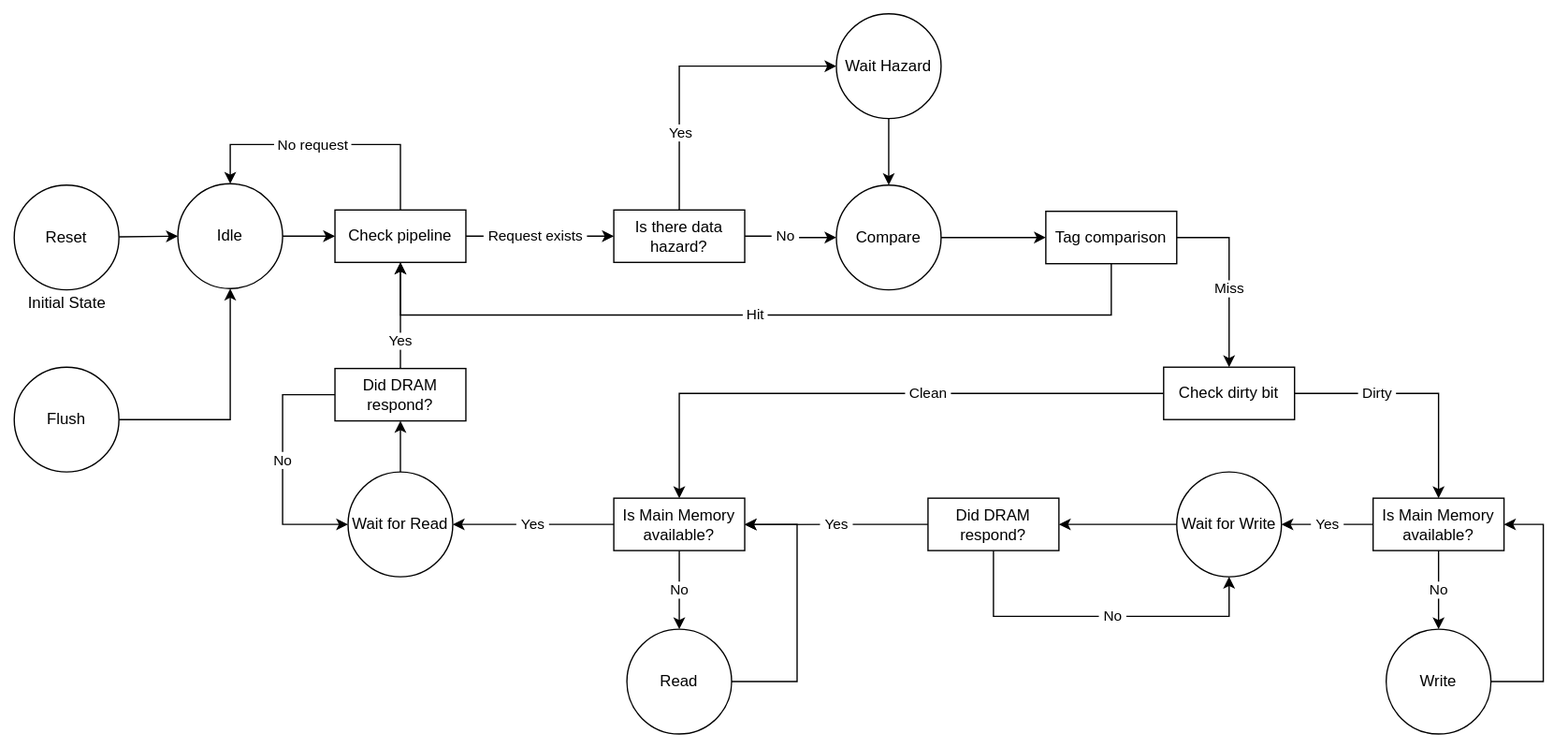
This is docs/images/state_diagram.svg from VLSIDA/OpenCache, a draw.io export, as it was before one commit. Source tidied: cells renumbered, new cells last; positions are measured from the earlier drawing's top-left corner, leaving out a move shared by most shapes. Its diagram source:
```xml
<mxGraphModel>
  <root>
    <mxCell id="0" />
    <mxCell id="1" parent="0" />
    <mxCell id="2" style="edgeStyle=none;rounded=0;jettySize=auto;html=1;entryX=0;entryY=0.5;entryDx=0;entryDy=0;" parent="1" edge="1" source="3" target="6">
      <mxGeometry relative="1" as="geometry" />
    </mxCell>
    <mxCell id="3" value="Reset" style="ellipse;whiteSpace=wrap;html=1;strokeWidth=1;" parent="1" vertex="1">
      <mxGeometry y="130.8" width="80" height="80" as="geometry" />
    </mxCell>
    <mxCell id="4" value="&amp;nbsp;Request exists&amp;nbsp;" style="edgeStyle=orthogonalEdgeStyle;rounded=0;jettySize=auto;html=1;entryX=0;entryY=0.5;entryDx=0;entryDy=0;" parent="1" edge="1" source="10" target="45">
      <mxGeometry x="-0.06" relative="1" as="geometry" />
    </mxCell>
    <mxCell id="5" style="edgeStyle=orthogonalEdgeStyle;rounded=0;jettySize=auto;html=1;entryX=0;entryY=0.5;entryDx=0;entryDy=0;targetPerimeterSpacing=0;" parent="1" edge="1" source="6" target="10">
      <mxGeometry relative="1" as="geometry" />
    </mxCell>
    <mxCell id="6" value="Idle" style="ellipse;whiteSpace=wrap;html=1;strokeWidth=1;" parent="1" vertex="1">
      <mxGeometry x="125" y="129.8" width="80" height="80" as="geometry" />
    </mxCell>
    <mxCell id="7" style="edgeStyle=orthogonalEdgeStyle;rounded=0;jettySize=auto;html=1;entryX=0;entryY=0.5;entryDx=0;entryDy=0;targetPerimeterSpacing=0;" parent="1" edge="1" source="46" target="13">
      <mxGeometry relative="1" as="geometry" />
    </mxCell>
    <mxCell id="8" value="Initial State" style="text;html=1;align=center;verticalAlign=middle;strokeColor=none;" parent="1" vertex="1">
      <mxGeometry x="5" y="210.8" width="70" height="20" as="geometry" />
    </mxCell>
    <mxCell id="9" value="&amp;nbsp;No request&amp;nbsp;" style="edgeStyle=orthogonalEdgeStyle;rounded=0;jettySize=auto;html=1;exitX=0.5;exitY=0;exitDx=0;exitDy=0;entryX=0.5;entryY=0;entryDx=0;entryDy=0;" parent="1" edge="1" source="10" target="6">
      <mxGeometry x="0.11" relative="1" as="geometry">
        <Array as="points">
          <mxPoint x="295" y="99.8" />
          <mxPoint x="165" y="99.8" />
        </Array>
      </mxGeometry>
    </mxCell>
    <mxCell id="10" value="Check pipeline" style="rounded=0;whiteSpace=wrap;html=1;" parent="1" vertex="1">
      <mxGeometry x="245" y="149.8" width="100" height="40" as="geometry" />
    </mxCell>
    <mxCell id="11" value="&amp;nbsp;Hit&amp;nbsp;" style="edgeStyle=orthogonalEdgeStyle;rounded=0;jettySize=auto;html=1;targetPerimeterSpacing=0;entryX=0.5;entryY=1;entryDx=0;entryDy=0;" parent="1" edge="1" source="13" target="10">
      <mxGeometry relative="1" as="geometry">
        <Array as="points">
          <mxPoint x="838" y="230" />
          <mxPoint x="295" y="230" />
        </Array>
      </mxGeometry>
    </mxCell>
    <mxCell id="12" value="&amp;nbsp;Miss&amp;nbsp;" style="edgeStyle=orthogonalEdgeStyle;rounded=0;jettySize=auto;html=1;entryX=0.5;entryY=0;entryDx=0;entryDy=0;targetPerimeterSpacing=0;exitX=1;exitY=0.5;exitDx=0;exitDy=0;" parent="1" edge="1" source="13" target="16">
      <mxGeometry x="0.14" relative="1" as="geometry">
        <Array as="points">
          <mxPoint x="928" y="171" />
        </Array>
      </mxGeometry>
    </mxCell>
    <mxCell id="13" value="Tag comparison" style="rounded=0;whiteSpace=wrap;html=1;" parent="1" vertex="1">
      <mxGeometry x="788" y="150.8" width="100" height="40" as="geometry" />
    </mxCell>
    <mxCell id="14" value="&amp;nbsp;Clean&amp;nbsp;" style="edgeStyle=orthogonalEdgeStyle;rounded=0;jettySize=auto;html=1;entryX=0.5;entryY=0;entryDx=0;entryDy=0;targetPerimeterSpacing=0;exitX=0;exitY=0.5;exitDx=0;exitDy=0;" parent="1" edge="1" source="16" target="28">
      <mxGeometry x="-0.2" relative="1" as="geometry">
        <Array as="points">
          <mxPoint x="508" y="290" />
        </Array>
      </mxGeometry>
    </mxCell>
    <mxCell id="15" value="&amp;nbsp;Dirty&amp;nbsp;" style="edgeStyle=orthogonalEdgeStyle;rounded=0;jettySize=auto;html=1;entryX=0.5;entryY=0;entryDx=0;entryDy=0;targetPerimeterSpacing=0;" parent="1" edge="1" source="16" target="25">
      <mxGeometry x="-0.33" relative="1" as="geometry">
        <Array as="points">
          <mxPoint x="1088" y="290" />
        </Array>
      </mxGeometry>
    </mxCell>
    <mxCell id="16" value="Check dirty bit" style="rounded=0;whiteSpace=wrap;html=1;" parent="1" vertex="1">
      <mxGeometry x="878" y="269.8" width="100" height="40" as="geometry" />
    </mxCell>
    <mxCell id="17" style="edgeStyle=orthogonalEdgeStyle;rounded=0;jettySize=auto;html=1;entryX=1;entryY=0.5;entryDx=0;entryDy=0;targetPerimeterSpacing=0;" parent="1" edge="1" source="18" target="25">
      <mxGeometry relative="1" as="geometry">
        <Array as="points">
          <mxPoint x="1168" y="510" />
          <mxPoint x="1168" y="390" />
        </Array>
      </mxGeometry>
    </mxCell>
    <mxCell id="18" value="Write" style="ellipse;whiteSpace=wrap;html=1;strokeWidth=1;" parent="1" vertex="1">
      <mxGeometry x="1048" y="469.8" width="80" height="80" as="geometry" />
    </mxCell>
    <mxCell id="19" style="edgeStyle=orthogonalEdgeStyle;rounded=0;jettySize=auto;html=1;entryX=1;entryY=0.5;entryDx=0;entryDy=0;targetPerimeterSpacing=0;" parent="1" edge="1" source="20" target="36">
      <mxGeometry relative="1" as="geometry" />
    </mxCell>
    <mxCell id="20" value="Wait for Write" style="ellipse;whiteSpace=wrap;html=1;strokeWidth=1;" parent="1" vertex="1">
      <mxGeometry x="888" y="349.8" width="80" height="80" as="geometry" />
    </mxCell>
    <mxCell id="21" style="edgeStyle=orthogonalEdgeStyle;rounded=0;jettySize=auto;html=1;entryX=0.5;entryY=1;entryDx=0;entryDy=0;targetPerimeterSpacing=0;" parent="1" edge="1" source="22" target="33">
      <mxGeometry relative="1" as="geometry" />
    </mxCell>
    <mxCell id="22" value="Wait for Read" style="ellipse;whiteSpace=wrap;html=1;strokeWidth=1;" parent="1" vertex="1">
      <mxGeometry x="255" y="349.8" width="80" height="80" as="geometry" />
    </mxCell>
    <mxCell id="23" value="&amp;nbsp;Yes&amp;nbsp;" style="edgeStyle=orthogonalEdgeStyle;rounded=0;jettySize=auto;html=1;entryX=1;entryY=0.5;entryDx=0;entryDy=0;targetPerimeterSpacing=0;" parent="1" edge="1" source="25" target="20">
      <mxGeometry relative="1" as="geometry" />
    </mxCell>
    <mxCell id="24" value="&amp;nbsp;No&amp;nbsp;" style="edgeStyle=orthogonalEdgeStyle;rounded=0;jettySize=auto;html=1;entryX=0.5;entryY=0;entryDx=0;entryDy=0;targetPerimeterSpacing=0;" parent="1" edge="1" source="25" target="18">
      <mxGeometry relative="1" as="geometry" />
    </mxCell>
    <mxCell id="25" value="Is Main Memory available?" style="rounded=0;whiteSpace=wrap;html=1;" parent="1" vertex="1">
      <mxGeometry x="1038" y="369.8" width="100" height="40" as="geometry" />
    </mxCell>
    <mxCell id="26" value="&amp;nbsp;Yes&amp;nbsp;" style="edgeStyle=orthogonalEdgeStyle;rounded=0;jettySize=auto;html=1;entryX=1;entryY=0.5;entryDx=0;entryDy=0;targetPerimeterSpacing=0;" parent="1" edge="1" source="28" target="22">
      <mxGeometry relative="1" as="geometry" />
    </mxCell>
    <mxCell id="27" value="&amp;nbsp;No&amp;nbsp;" style="edgeStyle=orthogonalEdgeStyle;rounded=0;jettySize=auto;html=1;entryX=0.5;entryY=0;entryDx=0;entryDy=0;targetPerimeterSpacing=0;" parent="1" edge="1" source="28" target="30">
      <mxGeometry relative="1" as="geometry" />
    </mxCell>
    <mxCell id="28" value="Is Main Memory available?" style="rounded=0;whiteSpace=wrap;html=1;" parent="1" vertex="1">
      <mxGeometry x="458" y="369.8" width="100" height="40" as="geometry" />
    </mxCell>
    <mxCell id="29" style="edgeStyle=orthogonalEdgeStyle;rounded=0;jettySize=auto;html=1;entryX=1;entryY=0.5;entryDx=0;entryDy=0;targetPerimeterSpacing=0;" parent="1" edge="1" source="30" target="28">
      <mxGeometry relative="1" as="geometry">
        <Array as="points">
          <mxPoint x="598" y="510" />
          <mxPoint x="598" y="390" />
        </Array>
      </mxGeometry>
    </mxCell>
    <mxCell id="30" value="Read" style="ellipse;whiteSpace=wrap;html=1;strokeWidth=1;" parent="1" vertex="1">
      <mxGeometry x="468" y="469.8" width="80" height="80" as="geometry" />
    </mxCell>
    <mxCell id="31" value="&amp;nbsp;No&amp;nbsp;" style="edgeStyle=orthogonalEdgeStyle;rounded=0;jettySize=auto;html=1;entryX=0;entryY=0.5;entryDx=0;entryDy=0;targetPerimeterSpacing=0;" parent="1" edge="1" source="33" target="22">
      <mxGeometry x="-0.05" relative="1" as="geometry">
        <Array as="points">
          <mxPoint x="205" y="290.8" />
          <mxPoint x="205" y="389.8" />
        </Array>
      </mxGeometry>
    </mxCell>
    <mxCell id="32" value="&amp;nbsp;Yes&amp;nbsp;" style="edgeStyle=orthogonalEdgeStyle;rounded=0;jettySize=auto;html=1;entryX=0.5;entryY=1;entryDx=0;entryDy=0;targetPerimeterSpacing=0;" parent="1" edge="1" source="33" target="10">
      <mxGeometry x="-0.48" relative="1" as="geometry" />
    </mxCell>
    <mxCell id="33" value="Did DRAM respond?" style="rounded=0;whiteSpace=wrap;html=1;" parent="1" vertex="1">
      <mxGeometry x="245" y="270.8" width="100" height="40" as="geometry" />
    </mxCell>
    <mxCell id="34" value="&amp;nbsp;Yes&amp;nbsp;" style="edgeStyle=orthogonalEdgeStyle;rounded=0;jettySize=auto;html=1;targetPerimeterSpacing=0;" parent="1" edge="1" source="36">
      <mxGeometry relative="1" as="geometry">
        <mxPoint x="558" y="390" as="targetPoint" />
        <Array as="points">
          <mxPoint x="633" y="390" />
          <mxPoint x="633" y="390" />
        </Array>
      </mxGeometry>
    </mxCell>
    <mxCell id="35" value="&amp;nbsp;No&amp;nbsp;" style="edgeStyle=orthogonalEdgeStyle;rounded=0;jettySize=auto;html=1;entryX=0.5;entryY=1;entryDx=0;entryDy=0;targetPerimeterSpacing=0;" parent="1" edge="1" source="36" target="20">
      <mxGeometry x="0.08" relative="1" as="geometry">
        <Array as="points">
          <mxPoint x="748" y="460" />
          <mxPoint x="928" y="460" />
        </Array>
      </mxGeometry>
    </mxCell>
    <mxCell id="36" value="Did DRAM respond?" style="rounded=0;whiteSpace=wrap;html=1;" parent="1" vertex="1">
      <mxGeometry x="698" y="369.8" width="100" height="40" as="geometry" />
    </mxCell>
    <mxCell id="37" style="edgeStyle=orthogonalEdgeStyle;rounded=0;jettySize=auto;html=1;entryX=0.5;entryY=1;entryDx=0;entryDy=0;" parent="1" edge="1" source="38" target="6">
      <mxGeometry relative="1" as="geometry" />
    </mxCell>
    <mxCell id="38" value="Flush" style="ellipse;whiteSpace=wrap;html=1;strokeWidth=1;" parent="1" vertex="1">
      <mxGeometry y="269.8" width="80" height="80" as="geometry" />
    </mxCell>
    <mxCell id="39" style="edgeStyle=orthogonalEdgeStyle;rounded=0;jettySize=auto;html=1;entryX=0.5;entryY=0;entryDx=0;entryDy=0;" parent="1" edge="1" source="40" target="46">
      <mxGeometry relative="1" as="geometry" />
    </mxCell>
    <mxCell id="40" value="Wait Hazard" style="ellipse;whiteSpace=wrap;html=1;strokeWidth=1;" parent="1" vertex="1">
      <mxGeometry x="628" width="80" height="80" as="geometry" />
    </mxCell>
    <mxCell id="41" style="edgeStyle=orthogonalEdgeStyle;rounded=0;jettySize=auto;html=1;entryX=0;entryY=0.5;entryDx=0;entryDy=0;" parent="1" edge="1" source="45" target="40">
      <mxGeometry relative="1" as="geometry">
        <Array as="points">
          <mxPoint x="508" y="40" />
        </Array>
      </mxGeometry>
    </mxCell>
    <mxCell id="42" value="&amp;nbsp;Yes&amp;nbsp;" style="edgeLabel;html=1;align=center;verticalAlign=middle;" parent="41" vertex="1">
      <mxGeometry x="0.01" y="2" relative="1" as="geometry">
        <mxPoint x="-7" y="52" as="offset" />
      </mxGeometry>
    </mxCell>
    <mxCell id="43" style="edgeStyle=orthogonalEdgeStyle;rounded=0;jettySize=auto;html=1;entryX=0;entryY=0.5;entryDx=0;entryDy=0;" parent="1" edge="1" source="45" target="46">
      <mxGeometry relative="1" as="geometry" />
    </mxCell>
    <mxCell id="44" value="&amp;nbsp;No&amp;nbsp;" style="edgeLabel;html=1;align=center;verticalAlign=middle;" parent="43" vertex="1">
      <mxGeometry x="-0.24" y="1" relative="1" as="geometry">
        <mxPoint x="3" y="1" as="offset" />
      </mxGeometry>
    </mxCell>
    <mxCell id="45" value="Is there data hazard?" style="rounded=0;whiteSpace=wrap;html=1;" parent="1" vertex="1">
      <mxGeometry x="458" y="149.8" width="100" height="40" as="geometry" />
    </mxCell>
    <mxCell id="46" value="Compare" style="ellipse;whiteSpace=wrap;html=1;strokeWidth=1;" parent="1" vertex="1">
      <mxGeometry x="628" y="130.8" width="80" height="80" as="geometry" />
    </mxCell>
  </root>
</mxGraphModel>
```
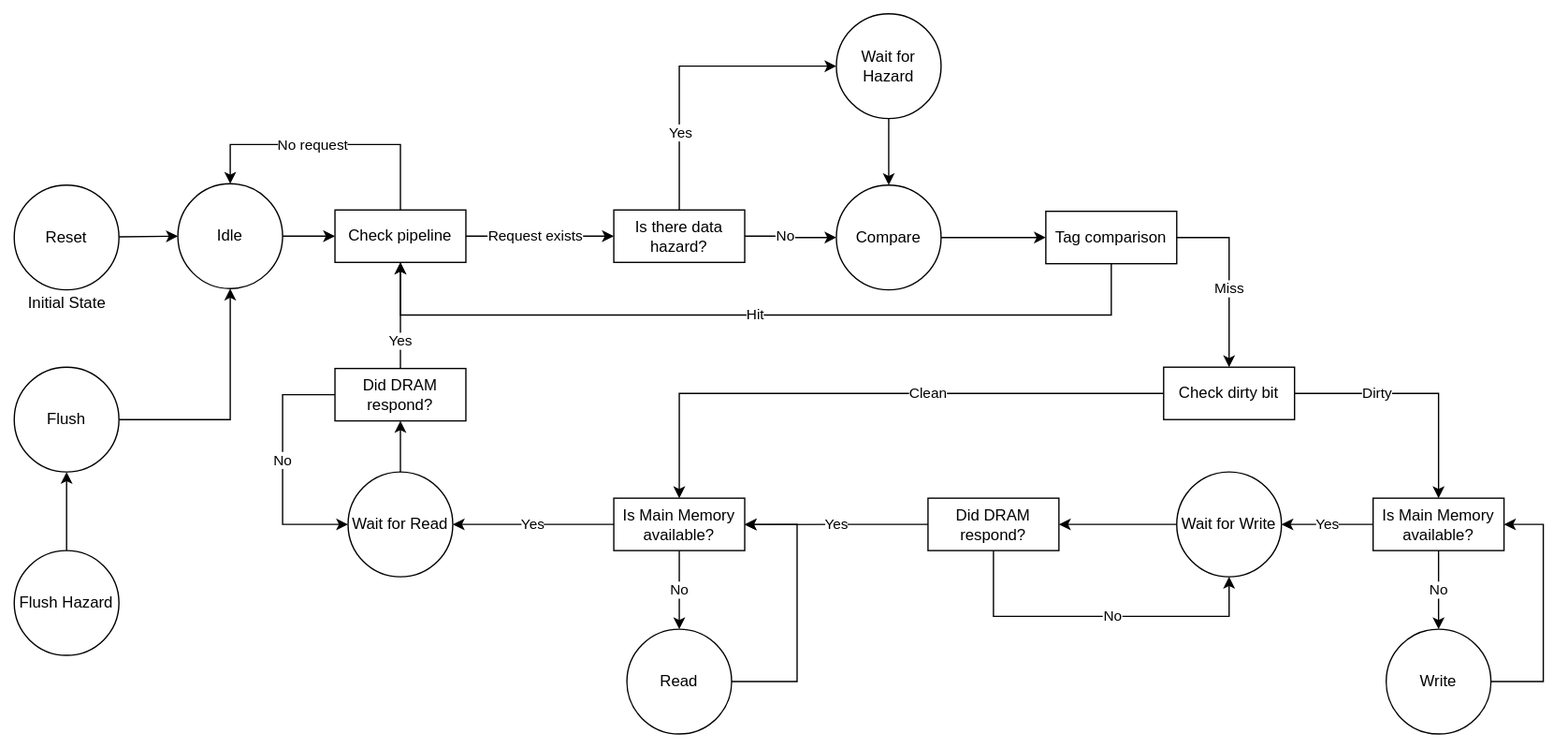
The same diagram one commit later.

The edit, as a diff of the source:
```diff
@@ -164,7 +164,7 @@
     <mxCell id="39" style="edgeStyle=orthogonalEdgeStyle;rounded=0;jettySize=auto;html=1;entryX=0.5;entryY=0;entryDx=0;entryDy=0;" parent="1" edge="1" source="40" target="46">
       <mxGeometry relative="1" as="geometry" />
     </mxCell>
-    <mxCell id="40" value="Wait Hazard" style="ellipse;whiteSpace=wrap;html=1;strokeWidth=1;" parent="1" vertex="1">
+    <mxCell id="40" value="Wait for Hazard" style="ellipse;whiteSpace=wrap;html=1;strokeWidth=1;" parent="1" vertex="1">
       <mxGeometry x="628" width="80" height="80" as="geometry" />
     </mxCell>
     <mxCell id="41" style="edgeStyle=orthogonalEdgeStyle;rounded=0;jettySize=auto;html=1;entryX=0;entryY=0.5;entryDx=0;entryDy=0;" parent="1" edge="1" source="45" target="40">
@@ -193,5 +193,11 @@
     <mxCell id="46" value="Compare" style="ellipse;whiteSpace=wrap;html=1;strokeWidth=1;" parent="1" vertex="1">
       <mxGeometry x="628" y="130.8" width="80" height="80" as="geometry" />
     </mxCell>
+    <mxCell id="47" style="edgeStyle=orthogonalEdgeStyle;rounded=0;jettySize=auto;html=1;entryX=0.5;entryY=1;entryDx=0;entryDy=0;" parent="1" edge="1" source="48" target="38">
+      <mxGeometry relative="1" as="geometry" />
+    </mxCell>
+    <mxCell id="48" value="Flush Hazard" style="ellipse;whiteSpace=wrap;html=1;strokeWidth=1;" parent="1" vertex="1">
+      <mxGeometry y="409.8" width="80" height="80" as="geometry" />
+    </mxCell>
   </root>
 </mxGraphModel>
```
